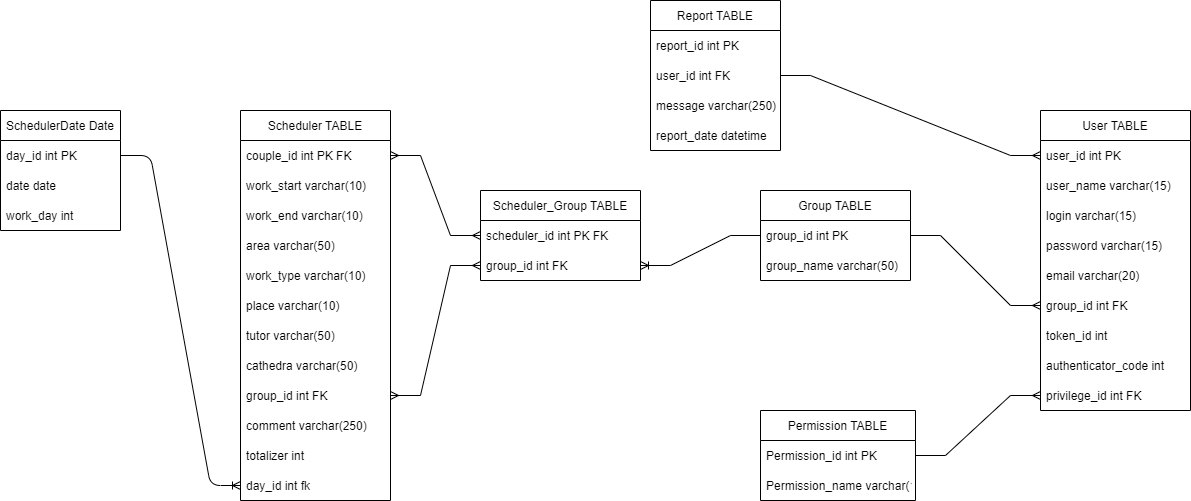
MuivTimetable/-Documentation keeps this draw.io diagram as BackendApi/Архитектура/БД.drawio.png. Above is the earlier version. Source tidied: cells renumbered, new cells last; positions are measured from the earlier drawing's top-left corner, leaving out a move shared by most shapes.
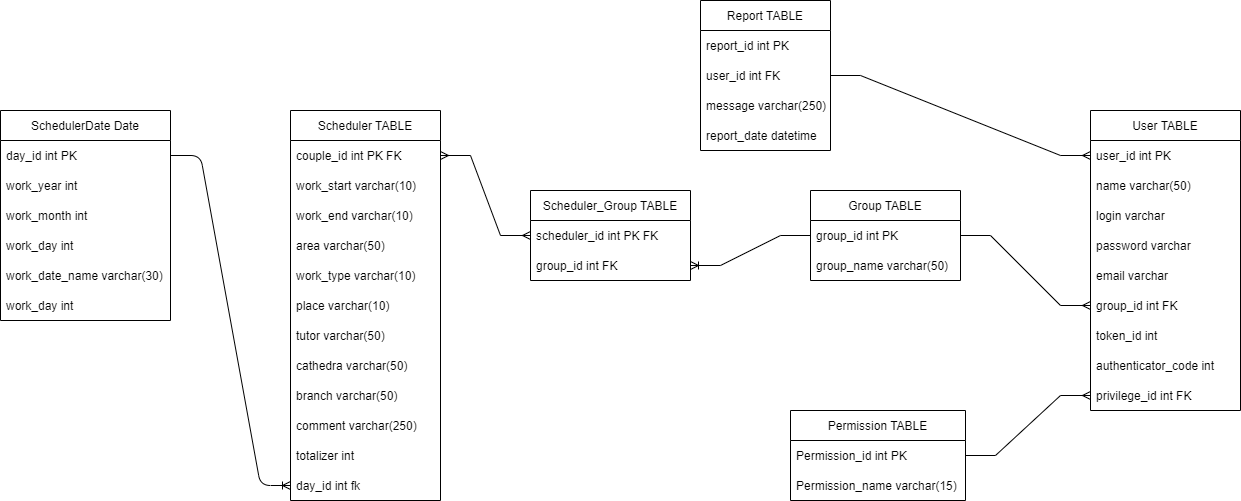
After the commit.

Commit message:
Изменена схема бд

Change to the diagram source:
```diff
@@ -3,16 +3,25 @@
     <mxCell id="0" />
     <mxCell id="1" parent="0" />
     <mxCell id="2" value="SchedulerDate Date" style="swimlane;fontStyle=0;horizontal=1;startSize=30;" parent="1" vertex="1">
-      <mxGeometry y="110" width="120" height="120" as="geometry" />
+      <mxGeometry x="-50" y="110" width="170" height="210" as="geometry" />
     </mxCell>
     <mxCell id="3" value="day_id int PK" style="text;strokeColor=none;fillColor=none;align=left;verticalAlign=middle;spacingLeft=4;spacingRight=4;overflow=hidden;points=[[0,0.5],[1,0.5]];portConstraint=eastwest;" parent="2" vertex="1">
-      <mxGeometry y="30" width="120" height="30" as="geometry" />
+      <mxGeometry y="30" width="170" height="30" as="geometry" />
     </mxCell>
+    <mxCell id="50" value="work_year int" style="text;strokeColor=none;fillColor=none;align=left;verticalAlign=middle;spacingLeft=4;spacingRight=4;overflow=hidden;" parent="2" vertex="1">
+      <mxGeometry y="60" width="170" height="30" as="geometry" />
+    </mxCell>
+    <mxCell id="51" value="work_month int" style="text;strokeColor=none;fillColor=none;align=left;verticalAlign=middle;spacingLeft=4;spacingRight=4;overflow=hidden;" parent="2" vertex="1">
+      <mxGeometry y="90" width="170" height="30" as="geometry" />
+    </mxCell>
+    <mxCell id="52" value="work_day int" style="text;strokeColor=none;fillColor=none;align=left;verticalAlign=middle;spacingLeft=4;spacingRight=4;overflow=hidden;" parent="2" vertex="1">
+      <mxGeometry y="120" width="170" height="30" as="geometry" />
+    </mxCell>
-    <mxCell id="4" value="date date" style="text;strokeColor=none;fillColor=none;align=left;verticalAlign=middle;spacingLeft=4;spacingRight=4;overflow=hidden;" parent="2" vertex="1">
-      <mxGeometry y="60" width="120" height="30" as="geometry" />
+    <mxCell id="4" value="work_date_name varchar(30)" style="text;strokeColor=none;fillColor=none;align=left;verticalAlign=middle;spacingLeft=4;spacingRight=4;overflow=hidden;" parent="2" vertex="1">
+      <mxGeometry y="150" width="170" height="30" as="geometry" />
     </mxCell>
     <mxCell id="5" value="work_day int" style="text;strokeColor=none;fillColor=none;align=left;verticalAlign=middle;spacingLeft=4;spacingRight=4;overflow=hidden;" parent="2" vertex="1">
-      <mxGeometry y="90" width="120" height="30" as="geometry" />
+      <mxGeometry y="180" width="170" height="30" as="geometry" />
     </mxCell>
     <mxCell id="6" value="Scheduler TABLE" style="swimlane;fontStyle=0;horizontal=1;startSize=30;arcSize=15;rounded=0;shadow=0;sketch=0;glass=0;" parent="1" vertex="1">
       <mxGeometry x="240" y="110" width="150" height="390" as="geometry" />
@@ -41,7 +50,7 @@
     <mxCell id="14" value="cathedra varchar(50)" style="text;strokeColor=none;fillColor=none;align=left;verticalAlign=middle;spacingLeft=4;spacingRight=4;overflow=hidden;" parent="6" vertex="1">
       <mxGeometry y="240" width="150" height="30" as="geometry" />
     </mxCell>
-    <mxCell id="15" value="group_id int FK" style="text;strokeColor=none;fillColor=none;align=left;verticalAlign=middle;spacingLeft=4;spacingRight=4;overflow=hidden;points=[[0,0.5],[1,0.5]];portConstraint=eastwest;" parent="6" vertex="1">
+    <mxCell id="15" value="branch varchar(50)" style="text;strokeColor=none;fillColor=none;align=left;verticalAlign=middle;spacingLeft=4;spacingRight=4;overflow=hidden;points=[[0,0.5],[1,0.5]];portConstraint=eastwest;" parent="6" vertex="1">
       <mxGeometry y="270" width="150" height="30" as="geometry" />
     </mxCell>
     <mxCell id="16" value="comment varchar(250)" style="text;strokeColor=none;fillColor=none;align=left;verticalAlign=middle;spacingLeft=4;spacingRight=4;overflow=hidden;" parent="6" vertex="1">
@@ -77,16 +86,16 @@
     <mxCell id="26" value="user_id int PK" style="text;strokeColor=none;fillColor=none;align=left;verticalAlign=middle;spacingLeft=4;spacingRight=4;overflow=hidden;points=[[0,0.5],[1,0.5]];portConstraint=eastwest;" parent="25" vertex="1">
       <mxGeometry y="30" width="150" height="30" as="geometry" />
     </mxCell>
-    <mxCell id="27" value="user_name varchar(15)" style="text;strokeColor=none;fillColor=none;align=left;verticalAlign=middle;spacingLeft=4;spacingRight=4;overflow=hidden;" parent="25" vertex="1">
+    <mxCell id="27" value="name varchar(50)" style="text;strokeColor=none;fillColor=none;align=left;verticalAlign=middle;spacingLeft=4;spacingRight=4;overflow=hidden;" parent="25" vertex="1">
       <mxGeometry y="60" width="150" height="30" as="geometry" />
     </mxCell>
-    <mxCell id="28" value="login varchar(15)" style="text;strokeColor=none;fillColor=none;align=left;verticalAlign=middle;spacingLeft=4;spacingRight=4;overflow=hidden;" parent="25" vertex="1">
+    <mxCell id="28" value="login varchar" style="text;strokeColor=none;fillColor=none;align=left;verticalAlign=middle;spacingLeft=4;spacingRight=4;overflow=hidden;" parent="25" vertex="1">
       <mxGeometry y="90" width="150" height="30" as="geometry" />
     </mxCell>
-    <mxCell id="29" value="password varchar(15)" style="text;strokeColor=none;fillColor=none;align=left;verticalAlign=middle;spacingLeft=4;spacingRight=4;overflow=hidden;" parent="25" vertex="1">
+    <mxCell id="29" value="password varchar" style="text;strokeColor=none;fillColor=none;align=left;verticalAlign=middle;spacingLeft=4;spacingRight=4;overflow=hidden;" parent="25" vertex="1">
       <mxGeometry y="120" width="150" height="30" as="geometry" />
     </mxCell>
-    <mxCell id="30" value="email varchar(20)" style="text;strokeColor=none;fillColor=none;align=left;verticalAlign=middle;spacingLeft=4;spacingRight=4;overflow=hidden;" parent="25" vertex="1">
+    <mxCell id="30" value="email varchar" style="text;strokeColor=none;fillColor=none;align=left;verticalAlign=middle;spacingLeft=4;spacingRight=4;overflow=hidden;" parent="25" vertex="1">
       <mxGeometry y="150" width="150" height="30" as="geometry" />
     </mxCell>
     <mxCell id="31" value="group_id int FK" style="text;strokeColor=none;fillColor=none;align=left;verticalAlign=middle;spacingLeft=4;spacingRight=4;overflow=hidden;points=[[0,0.5],[1,0.5]];portConstraint=eastwest;" parent="25" vertex="1">
@@ -117,20 +126,17 @@
       <mxGeometry y="120" width="130" height="30" as="geometry" />
     </mxCell>
     <mxCell id="40" value="Permission TABLE" style="swimlane;fontStyle=0;horizontal=1;startSize=30;" parent="1" vertex="1">
-      <mxGeometry x="760" y="410" width="155" height="90" as="geometry" />
+      <mxGeometry x="740" y="410" width="175" height="90" as="geometry" />
     </mxCell>
     <mxCell id="41" value="Permission_id int PK" style="text;strokeColor=none;fillColor=none;align=left;verticalAlign=middle;spacingLeft=4;spacingRight=4;overflow=hidden;points=[[0,0.5],[1,0.5]];portConstraint=eastwest;" parent="40" vertex="1">
-      <mxGeometry y="30" width="155" height="30" as="geometry" />
+      <mxGeometry y="30" width="175" height="30" as="geometry" />
     </mxCell>
     <mxCell id="42" value="Permission_name varchar(15)" style="text;strokeColor=none;fillColor=none;align=left;verticalAlign=middle;spacingLeft=4;spacingRight=4;overflow=hidden;" parent="40" vertex="1">
-      <mxGeometry y="60" width="155" height="30" as="geometry" />
+      <mxGeometry y="60" width="175" height="30" as="geometry" />
     </mxCell>
     <mxCell id="43" style="edgeStyle=entityRelationEdgeStyle;fontSize=12;html=1;endArrow=ERmany;startArrow=ERmany;rounded=0;exitX=1;exitY=0.5;exitDx=0;exitDy=0;entryX=0;entryY=0.5;entryDx=0;entryDy=0;" parent="1" edge="1" source="7" target="20">
       <mxGeometry relative="1" as="geometry" />
     </mxCell>
-    <mxCell id="44" style="edgeStyle=entityRelationEdgeStyle;fontSize=12;html=1;endArrow=ERmany;startArrow=ERmany;rounded=0;exitX=1;exitY=0.5;exitDx=0;exitDy=0;entryX=0;entryY=0.5;entryDx=0;entryDy=0;" parent="1" edge="1" source="15" target="21">
-      <mxGeometry relative="1" as="geometry" />
-    </mxCell>
     <mxCell id="45" style="edgeStyle=entityRelationEdgeStyle;fontSize=12;html=1;endArrow=ERoneToMany;rounded=0;exitX=0;exitY=0.5;exitDx=0;exitDy=0;entryX=1;entryY=0.5;entryDx=0;entryDy=0;" parent="1" edge="1" source="23" target="21">
       <mxGeometry relative="1" as="geometry" />
     </mxCell>
```
